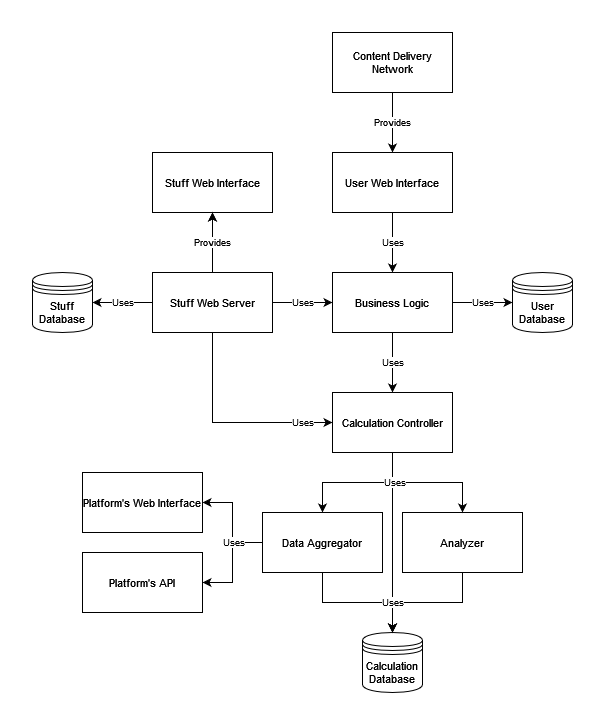
Above: assets/system-design.drawio.png in xaudience/.github (draw.io), before the change. Source tidied: cells renumbered, new cells last; positions are measured from the earlier drawing's top-left corner, leaving out a move shared by most shapes.
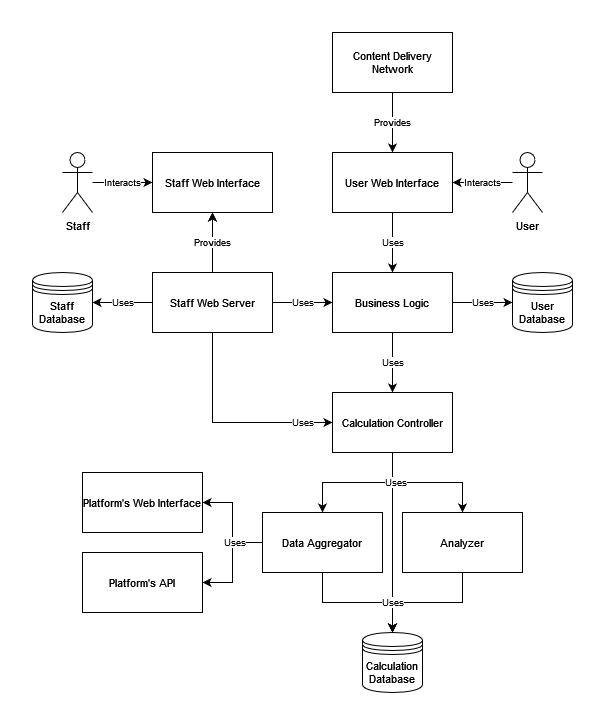
The same file after the commit.

Commit message:
Update system design

Fix word misstake

Add actors

What changed in the source:
```diff
@@ -14,7 +14,7 @@
     <mxCell id="5" value="User Web Interface" style="whiteSpace=wrap;html=1;rounded=0;fontSize=11;" parent="1" vertex="1">
       <mxGeometry x="300" y="120" width="120" height="60" as="geometry" />
     </mxCell>
-    <mxCell id="6" value="Stuff Web Interface" style="whiteSpace=wrap;html=1;rounded=0;fontSize=11;" parent="1" vertex="1">
+    <mxCell id="6" value="Staff Web Interface" style="whiteSpace=wrap;html=1;rounded=0;fontSize=11;" parent="1" vertex="1">
       <mxGeometry x="120" y="120" width="120" height="60" as="geometry" />
     </mxCell>
     <mxCell id="7" style="edgeStyle=orthogonalEdgeStyle;jettySize=auto;html=1;rounded=0;fontSize=9;fontStyle=0;align=center;horizontal=1;" parent="1" edge="1" source="11" target="6">
@@ -29,7 +29,7 @@
     <mxCell id="10" value="Uses" style="edgeStyle=orthogonalEdgeStyle;rounded=0;jettySize=auto;html=1;fontSize=9;fontStyle=0;align=center;horizontal=1;" parent="1" edge="1" source="11" target="30">
       <mxGeometry relative="1" as="geometry" />
     </mxCell>
-    <mxCell id="11" value="Stuff Web Server" style="whiteSpace=wrap;html=1;fontFamily=Helvetica;fontSize=11;rounded=0;" parent="1" vertex="1">
+    <mxCell id="11" value="Staff Web Server" style="whiteSpace=wrap;html=1;fontFamily=Helvetica;fontSize=11;rounded=0;" parent="1" vertex="1">
       <mxGeometry x="120" y="240" width="120" height="60" as="geometry" />
     </mxCell>
     <mxCell id="12" value="Uses" style="edgeStyle=orthogonalEdgeStyle;rounded=0;jettySize=auto;html=1;entryX=0;entryY=0.5;entryDx=0;entryDy=0;fontSize=9;fontStyle=0;align=center;horizontal=1;" parent="1" edge="1" source="14" target="15">
@@ -86,8 +86,20 @@
     <mxCell id="29" value="Provides" style="edgeStyle=orthogonalEdgeStyle;jettySize=auto;html=1;exitX=0.5;exitY=0;exitDx=0;exitDy=0;fontFamily=Helvetica;fontSize=9;rounded=0;fontStyle=0;align=center;horizontal=1;" parent="1" edge="1" source="11" target="6">
       <mxGeometry relative="1" as="geometry" />
     </mxCell>
-    <mxCell id="30" value="Stuff Database" style="shape=datastore;whiteSpace=wrap;html=1;fontSize=11;" parent="1" vertex="1">
+    <mxCell id="30" value="Staff Database" style="shape=datastore;whiteSpace=wrap;html=1;fontSize=11;" parent="1" vertex="1">
       <mxGeometry y="240" width="60" height="60" as="geometry" />
     </mxCell>
+    <mxCell id="31" value="Interacts" style="edgeStyle=orthogonalEdgeStyle;rounded=0;jettySize=auto;html=1;fontSize=9;" parent="1" edge="1" source="32" target="5">
+      <mxGeometry relative="1" as="geometry" />
+    </mxCell>
+    <mxCell id="32" value="User" style="shape=umlActor;verticalLabelPosition=bottom;verticalAlign=top;html=1;outlineConnect=0;fontSize=11;" parent="1" vertex="1">
+      <mxGeometry x="480" y="120" width="30" height="60" as="geometry" />
+    </mxCell>
+    <mxCell id="33" value="Interacts" style="edgeStyle=orthogonalEdgeStyle;rounded=0;jettySize=auto;html=1;fontSize=9;" parent="1" edge="1" source="34" target="6">
+      <mxGeometry relative="1" as="geometry" />
+    </mxCell>
+    <mxCell id="34" value="Staff" style="shape=umlActor;verticalLabelPosition=bottom;verticalAlign=top;html=1;outlineConnect=0;fontSize=11;" parent="1" vertex="1">
+      <mxGeometry x="30" y="120" width="30" height="60" as="geometry" />
+    </mxCell>
   </root>
 </mxGraphModel>
```
